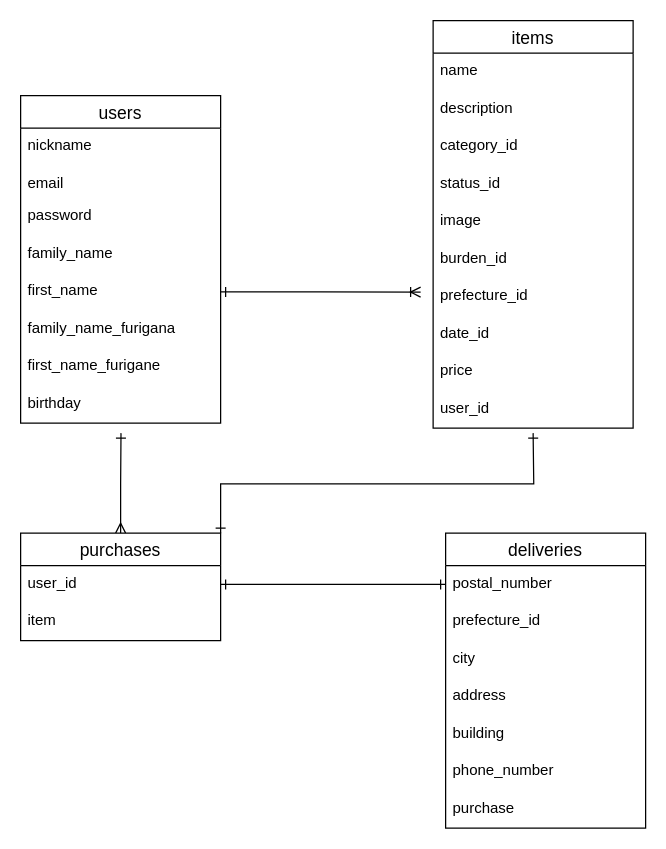
ya-3mameo/furima-30433 keeps this draw.io diagram as entity.dio. Above is the earlier version. Source tidied: cells renumbered, new cells numbered last; positions are measured from the earlier drawing's top-left corner, leaving out a move shared by most shapes. Both pictures are drawn from the tidied source at 125%, with x=0, y=0 at pixel (20, 20).
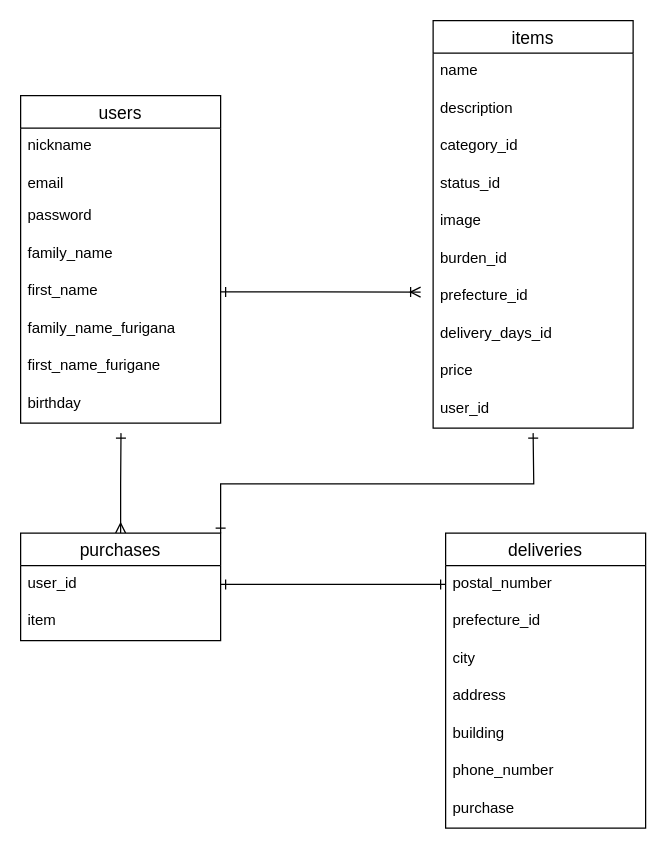
After the change.

The change refers to these unchanged cells:
```xml
<mxCell id="26" value="items" style="swimlane;fontStyle=0;horizontal=1;startSize=26;align=center;fontSize=14;" parent="1" vertex="1">
  <mxGeometry x="330" width="160" height="326" as="geometry" />
</mxCell>
```

What changed in the source:
```diff
@@
-    <mxCell id="34" value="date_id" style="text;strokeColor=none;fillColor=none;spacingLeft=4;spacingRight=4;overflow=hidden;fontSize=12;" parent="26" vertex="1">
+    <mxCell id="34" value="delivery_days_id" style="text;strokeColor=none;fillColor=none;spacingLeft=4;spacingRight=4;overflow=hidden;fontSize=12;" parent="26" vertex="1">
       <mxGeometry y="236" width="160" height="30" as="geometry" />
     </mxCell>
```
